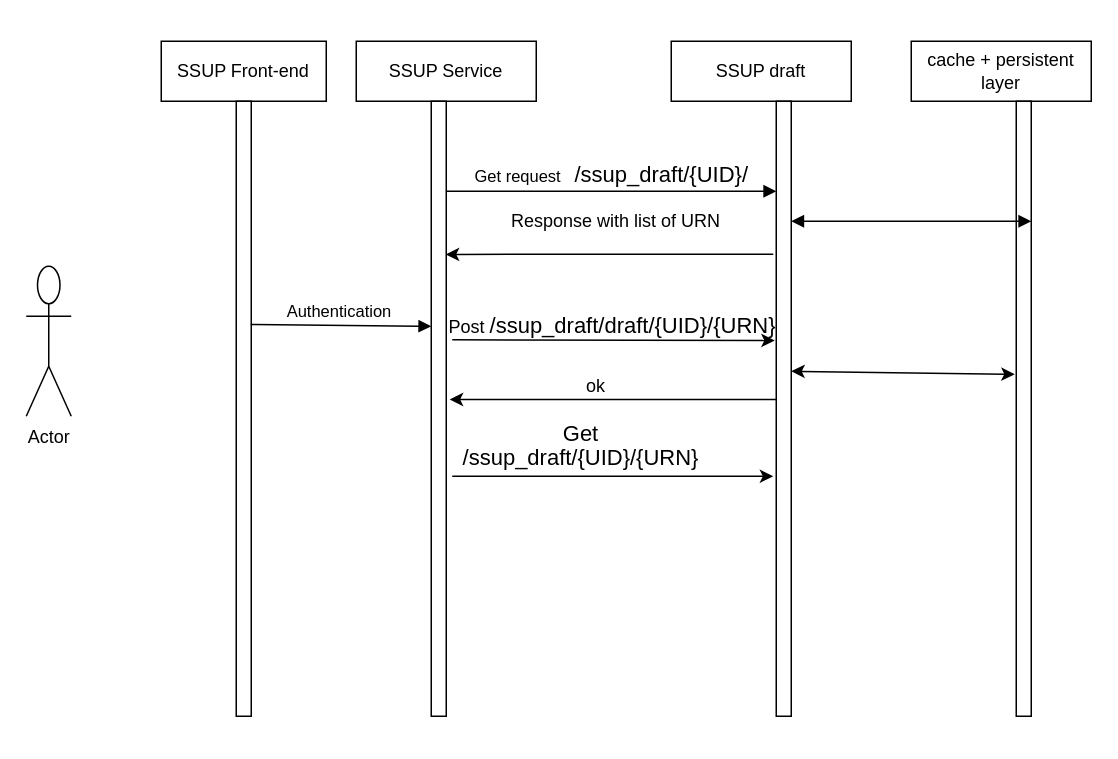
UTIITSL/Test keeps this draw.io diagram as stylesheets/Untitled Diagram.drawio. Above is the earlier version. Source tidied: cells renumbered, new cells numbered last; positions are measured from the earlier drawing's top-left corner, leaving out a move shared by most shapes. Both pictures are drawn from the tidied source at 150%, with x=0, y=0 at pixel (26, 40).
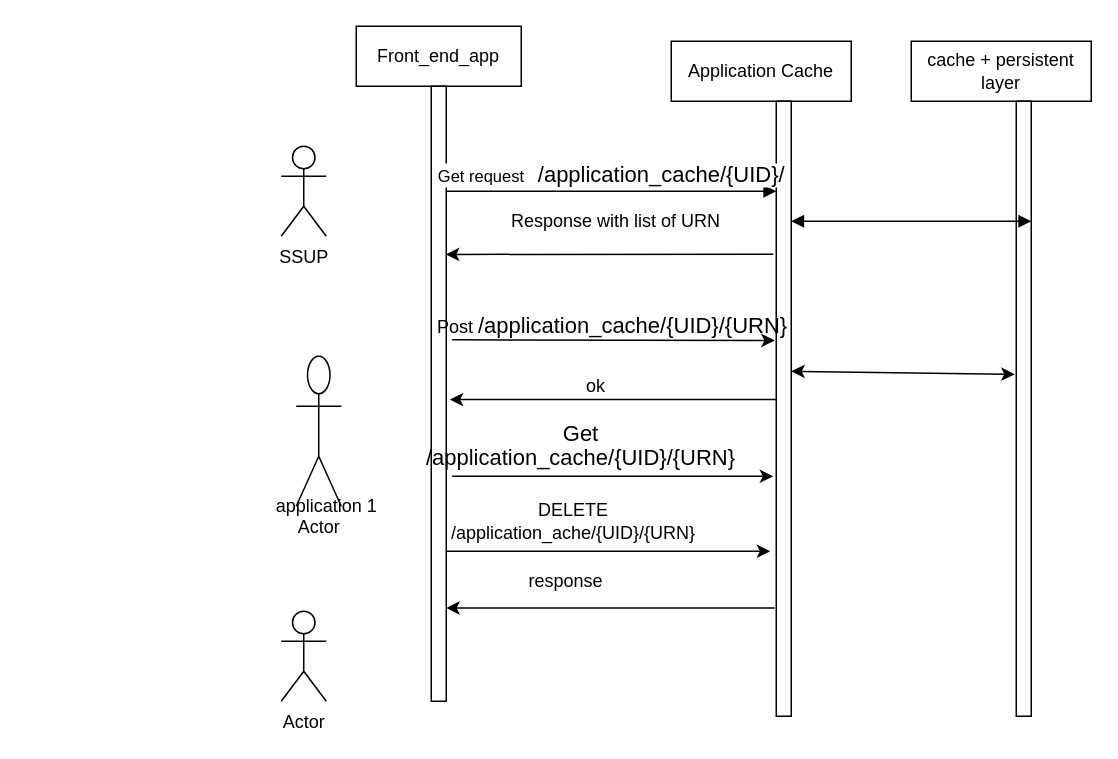
Above is the later version.

Unchanged cells that the change refers to:
```xml
<mxCell id="9" style="html=1;points=[];perimeter=orthogonalPerimeter;" parent="1" vertex="1">
  <mxGeometry x="500" y="40" width="10" height="410" as="geometry" />
</mxCell>
```

Diff of the diagram source:
```diff
@@
-    <mxCell id="2" value="SSUP Front-end" style="rounded=0;whiteSpace=wrap;html=1;" parent="1" vertex="1">
-      <mxGeometry x="90" width="110" height="40" as="geometry" />
+    <mxCell id="2" value="Front_end_app" style="rounded=0;whiteSpace=wrap;html=1;" parent="1" vertex="1">
+      <mxGeometry x="220" y="-10" width="110" height="40" as="geometry" />
     </mxCell>
-    <mxCell id="3" value="SSUP Service" style="rounded=0;whiteSpace=wrap;html=1;" parent="1" vertex="1">
-      <mxGeometry x="220" width="120" height="40" as="geometry" />
-    </mxCell>
-    <mxCell id="4" value="SSUP draft" style="rounded=0;whiteSpace=wrap;html=1;" parent="1" vertex="1">
+    <mxCell id="4" value="Application Cache" style="rounded=0;whiteSpace=wrap;html=1;" parent="1" vertex="1">
       <mxGeometry x="430" width="120" height="40" as="geometry" />
     </mxCell>
@@
     <mxCell id="6" value="Actor" style="shape=umlActor;verticalLabelPosition=bottom;verticalAlign=top;html=1;" parent="1" vertex="1">
-      <mxGeometry y="150" width="30" height="100" as="geometry" />
+      <mxGeometry x="180" y="210" width="30" height="100" as="geometry" />
     </mxCell>
     <mxCell id="7" style="html=1;points=[];perimeter=orthogonalPerimeter;" parent="1" vertex="1">
-      <mxGeometry x="140" y="40" width="10" height="410" as="geometry" />
+      <mxGeometry x="270" y="30" width="10" height="410" as="geometry" />
     </mxCell>
-    <mxCell id="8" style="html=1;points=[];perimeter=orthogonalPerimeter;" parent="1" vertex="1">
-      <mxGeometry x="270" y="40" width="10" height="410" as="geometry" />
-    </mxCell>
@@
-    <mxCell id="11" value="Authentication&amp;nbsp;" style="html=1;verticalAlign=bottom;endArrow=block;exitX=0.967;exitY=0.363;exitDx=0;exitDy=0;exitPerimeter=0;" parent="1" edge="1" source="7">
-      <mxGeometry relative="1" as="geometry">
-        <mxPoint x="270" y="190" as="targetPoint" />
-      </mxGeometry>
-    </mxCell>
-    <mxCell id="12" value="&lt;span style=&quot;line-height: 107%&quot;&gt;Get request&amp;nbsp; &amp;nbsp;&lt;/span&gt;&lt;span style=&quot;font-size: 11.0pt ; line-height: 107% ; font-family: &amp;#34;calibri&amp;#34; , &amp;#34;sans-serif&amp;#34;&quot;&gt;/ssup_draft/{UID}/&lt;/span&gt;" style="html=1;verticalAlign=bottom;endArrow=block;exitX=0.967;exitY=0.363;exitDx=0;exitDy=0;exitPerimeter=0;" parent="1" edge="1" target="9">
+    <mxCell id="12" value="&lt;span style=&quot;line-height: 107%&quot;&gt;Get request&amp;nbsp; &amp;nbsp;&lt;/span&gt;&lt;span style=&quot;font-size: 11.0pt ; line-height: 107% ; font-family: &amp;#34;calibri&amp;#34; , &amp;#34;sans-serif&amp;#34;&quot;&gt;/application_cache/{UID}/&lt;/span&gt;" style="html=1;verticalAlign=bottom;endArrow=block;exitX=0.967;exitY=0.363;exitDx=0;exitDy=0;exitPerimeter=0;" parent="1" edge="1" target="9">
       <mxGeometry relative="1" as="geometry">
         <mxPoint x="280" y="100" as="sourcePoint" />
       </mxGeometry>
     </mxCell>
@@
-    <mxCell id="14" style="endArrow=classic;html=1;entryX=0.967;entryY=0.249;entryDx=0;entryDy=0;entryPerimeter=0;" parent="1" edge="1" target="8">
+    <mxCell id="14" style="endArrow=classic;html=1;entryX=0.967;entryY=0.249;entryDx=0;entryDy=0;entryPerimeter=0;" parent="1" edge="1">
       <mxGeometry relative="1" as="geometry">
         <mxPoint x="498" y="142" as="sourcePoint" />
+        <mxPoint x="279.7" y="142.1" as="targetPoint" />
       </mxGeometry>
     </mxCell>
@@
-    <mxCell id="17" value="Post&amp;nbsp;&lt;span style=&quot;font-size: 11.0pt ; line-height: 107% ; font-family: &amp;#34;calibri&amp;#34; , &amp;#34;sans-serif&amp;#34;&quot;&gt;/ssup_draft/draft/{UID}/{URN}&lt;/span&gt;" style="text;html=1;strokeColor=none;fillColor=none;align=center;verticalAlign=middle;whiteSpace=wrap;rounded=0;" parent="1" vertex="1">
+    <mxCell id="17" value="Post&amp;nbsp;&lt;span style=&quot;font-size: 11.0pt ; line-height: 107% ; font-family: &amp;#34;calibri&amp;#34; , &amp;#34;sans-serif&amp;#34;&quot;&gt;/application_cache/{UID}/{URN}&lt;/span&gt;" style="text;html=1;strokeColor=none;fillColor=none;align=center;verticalAlign=middle;whiteSpace=wrap;rounded=0;" parent="1" vertex="1">
       <mxGeometry x="390" y="180" height="20" as="geometry" />
     </mxCell>
@@
-    <mxCell id="19" style="endArrow=classic;html=1;entryX=1.233;entryY=0.485;entryDx=0;entryDy=0;entryPerimeter=0;" parent="1" edge="1" source="9" target="8">
-      <mxGeometry relative="1" as="geometry" />
+    <mxCell id="19" style="endArrow=classic;html=1;entryX=1.233;entryY=0.485;entryDx=0;entryDy=0;entryPerimeter=0;" parent="1" edge="1" source="9">
+      <mxGeometry relative="1" as="geometry">
+        <mxPoint x="282.3" y="238.9" as="targetPoint" />
+      </mxGeometry>
     </mxCell>
@@
-    <mxCell id="22" value="&lt;span style=&quot;font-size: 11.0pt ; line-height: 107% ; font-family: &amp;#34;calibri&amp;#34; , &amp;#34;sans-serif&amp;#34;&quot;&gt;Get /ssup_draft/{UID}/{URN}&lt;/span&gt;" style="text;html=1;strokeColor=none;fillColor=none;align=center;verticalAlign=middle;whiteSpace=wrap;rounded=0;" parent="1" vertex="1">
+    <mxCell id="22" value="&lt;span style=&quot;font-size: 11.0pt ; line-height: 107% ; font-family: &amp;#34;calibri&amp;#34; , &amp;#34;sans-serif&amp;#34;&quot;&gt;Get /application_cache/{UID}/{URN}&lt;/span&gt;" style="text;html=1;strokeColor=none;fillColor=none;align=center;verticalAlign=middle;whiteSpace=wrap;rounded=0;" parent="1" vertex="1">
       <mxGeometry x="330" y="260" width="80" height="20" as="geometry" />
     </mxCell>
@@
+    <mxCell id="24" style="endArrow=classic;html=1;exitX=-0.1;exitY=0.824;exitDx=0;exitDy=0;exitPerimeter=0;" parent="1" edge="1" source="9" target="7">
+      <mxGeometry relative="1" as="geometry" />
+    </mxCell>
+    <mxCell id="25" style="endArrow=classic;html=1;" parent="1" edge="1" source="7">
+      <mxGeometry relative="1" as="geometry">
+        <mxPoint x="496" y="340" as="targetPoint" />
+        <Array as="points">
+          <mxPoint x="360" y="340" />
+        </Array>
+      </mxGeometry>
+    </mxCell>
+    <mxCell id="26" value="DELETE /application_ache/{UID}/{URN}" style="text;html=1;strokeColor=none;fillColor=none;align=center;verticalAlign=middle;whiteSpace=wrap;rounded=0;" parent="1" vertex="1">
+      <mxGeometry x="340" y="310" width="50" height="20" as="geometry" />
+    </mxCell>
+    <mxCell id="27" value="response" style="text;html=1;strokeColor=none;fillColor=none;align=center;verticalAlign=middle;whiteSpace=wrap;rounded=0;" parent="1" vertex="1">
+      <mxGeometry x="340" y="350" width="40" height="20" as="geometry" />
+    </mxCell>
+    <mxCell id="28" value="SSUP" style="shape=umlActor;verticalLabelPosition=bottom;verticalAlign=top;html=1;" parent="1" vertex="1">
+      <mxGeometry x="170" y="70" width="30" height="60" as="geometry" />
+    </mxCell>
+    <mxCell id="29" value="Actor" style="shape=umlActor;verticalLabelPosition=bottom;verticalAlign=top;html=1;" parent="1" vertex="1">
+      <mxGeometry x="170" y="380" width="30" height="60" as="geometry" />
+    </mxCell>
+    <mxCell id="30" value="application 1" style="text;html=1;align=center;verticalAlign=middle;" parent="1" vertex="1">
+      <mxGeometry x="160" y="300" width="80" height="20" as="geometry" />
+    </mxCell>
```
